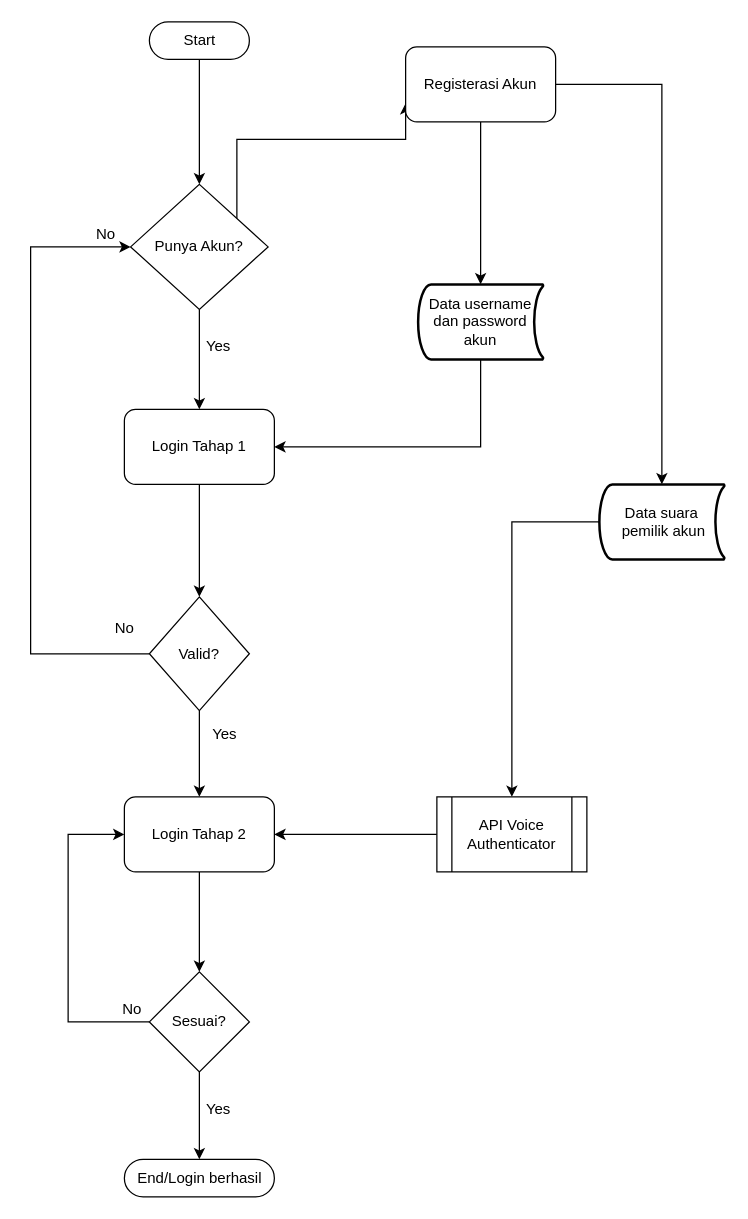
This is Alur sistem login.drawio from karageee/Login-system-and-gmm-voice-auth, a draw.io file, before an edit. Source tidied: cells renumbered, new cells numbered last; positions are measured from the earlier drawing's top-left corner, leaving out a move shared by most shapes. Both pictures are drawn from the tidied source at 125%, with x=0, y=0 at pixel (30, 21).
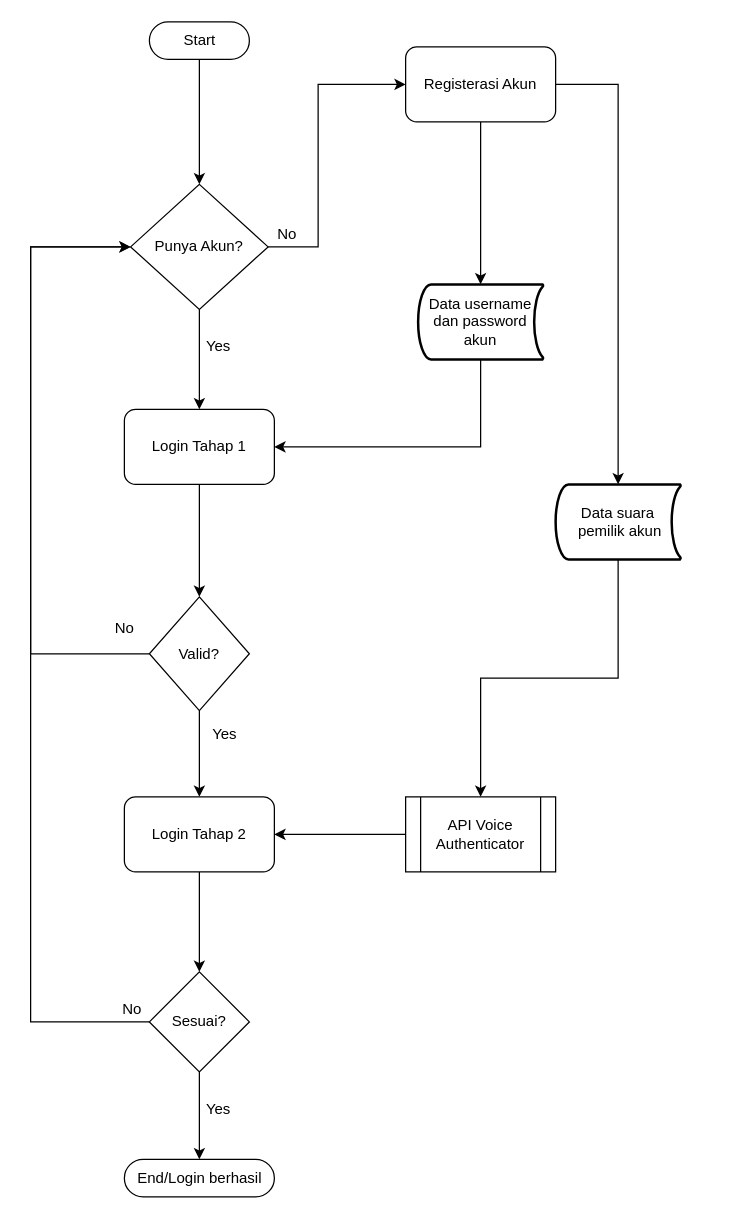
The same page after the edit.

The change refers to these unchanged cells:
```xml
<mxCell id="6" value="Punya Akun?" style="rhombus;whiteSpace=wrap;html=1;" parent="1" vertex="1">
  <mxGeometry x="80" y="130" width="110" height="100" as="geometry" />
</mxCell>
<mxCell id="9" value="Registerasi Akun" style="rounded=1;whiteSpace=wrap;html=1;" parent="1" vertex="1">
  <mxGeometry x="300" y="20" width="120" height="60" as="geometry" />
</mxCell>
<mxCell id="18" value="Login Tahap 2" style="rounded=1;whiteSpace=wrap;html=1;" parent="1" vertex="1">
  <mxGeometry x="75" y="620" width="120" height="60" as="geometry" />
</mxCell>
<mxCell id="23" value="Sesuai?" style="rhombus;whiteSpace=wrap;html=1;" parent="1" vertex="1">
  <mxGeometry x="95" y="760" width="80" height="80" as="geometry" />
</mxCell>
```

The edit, as a diff of the source:
```diff
@@
-    <mxCell id="4" style="edgeStyle=orthogonalEdgeStyle;rounded=0;jettySize=auto;html=1;entryX=0;entryY=0.75;entryDx=0;entryDy=0;" parent="1" edge="1" source="6" target="9">
+    <mxCell id="4" style="edgeStyle=orthogonalEdgeStyle;rounded=0;jettySize=auto;html=1;entryX=0;entryY=0.5;entryDx=0;entryDy=0;" parent="1" edge="1" source="6" target="9">
       <mxGeometry relative="1" as="geometry">
         <Array as="points">
-          <mxPoint x="165" y="94" />
+          <mxPoint x="230" y="180" />
+          <mxPoint x="230" y="50" />
         </Array>
       </mxGeometry>
     </mxCell>
@@
     <mxCell id="8" style="edgeStyle=orthogonalEdgeStyle;rounded=0;jettySize=auto;html=1;entryX=0.5;entryY=0;entryDx=0;entryDy=0;entryPerimeter=0;" parent="1" edge="1" source="9" target="20">
       <mxGeometry relative="1" as="geometry">
         <Array as="points">
-          <mxPoint x="505" y="50" />
+          <mxPoint x="470" y="50" />
+          <mxPoint x="470" y="370" />
         </Array>
       </mxGeometry>
     </mxCell>
@@
     <mxCell id="20" value="Data suara&lt;br&gt;&amp;nbsp;pemilik akun" style="strokeWidth=2;html=1;shape=mxgraph.flowchart.stored_data;whiteSpace=wrap;" parent="1" vertex="1">
-      <mxGeometry x="455" y="370" width="100" height="60" as="geometry" />
+      <mxGeometry x="420" y="370" width="100" height="60" as="geometry" />
     </mxCell>
@@
-    <mxCell id="22" style="edgeStyle=orthogonalEdgeStyle;rounded=0;jettySize=auto;html=1;entryX=0;entryY=0.5;entryDx=0;entryDy=0;" parent="1" edge="1" source="23" target="18">
+    <mxCell id="22" style="edgeStyle=orthogonalEdgeStyle;rounded=0;jettySize=auto;html=1;entryX=0;entryY=0.5;entryDx=0;entryDy=0;" parent="1" edge="1" source="23" target="6">
       <mxGeometry relative="1" as="geometry">
         <Array as="points">
-          <mxPoint x="30" y="800" />
-          <mxPoint x="30" y="650" />
+          <mxPoint y="800" />
+          <mxPoint y="180" />
         </Array>
       </mxGeometry>
     </mxCell>
@@
     <mxCell id="26" value="API Voice Authenticator" style="shape=process;whiteSpace=wrap;html=1;backgroundOutline=1;" parent="1" vertex="1">
-      <mxGeometry x="325" y="620" width="120" height="60" as="geometry" />
+      <mxGeometry x="300" y="620" width="120" height="60" as="geometry" />
     </mxCell>
@@
     <mxCell id="28" value="No" style="text;html=1;align=center;verticalAlign=middle;" parent="1" vertex="1">
-      <mxGeometry x="45" y="160" width="30" height="20" as="geometry" />
+      <mxGeometry x="190" y="160" width="30" height="20" as="geometry" />
     </mxCell>
```
